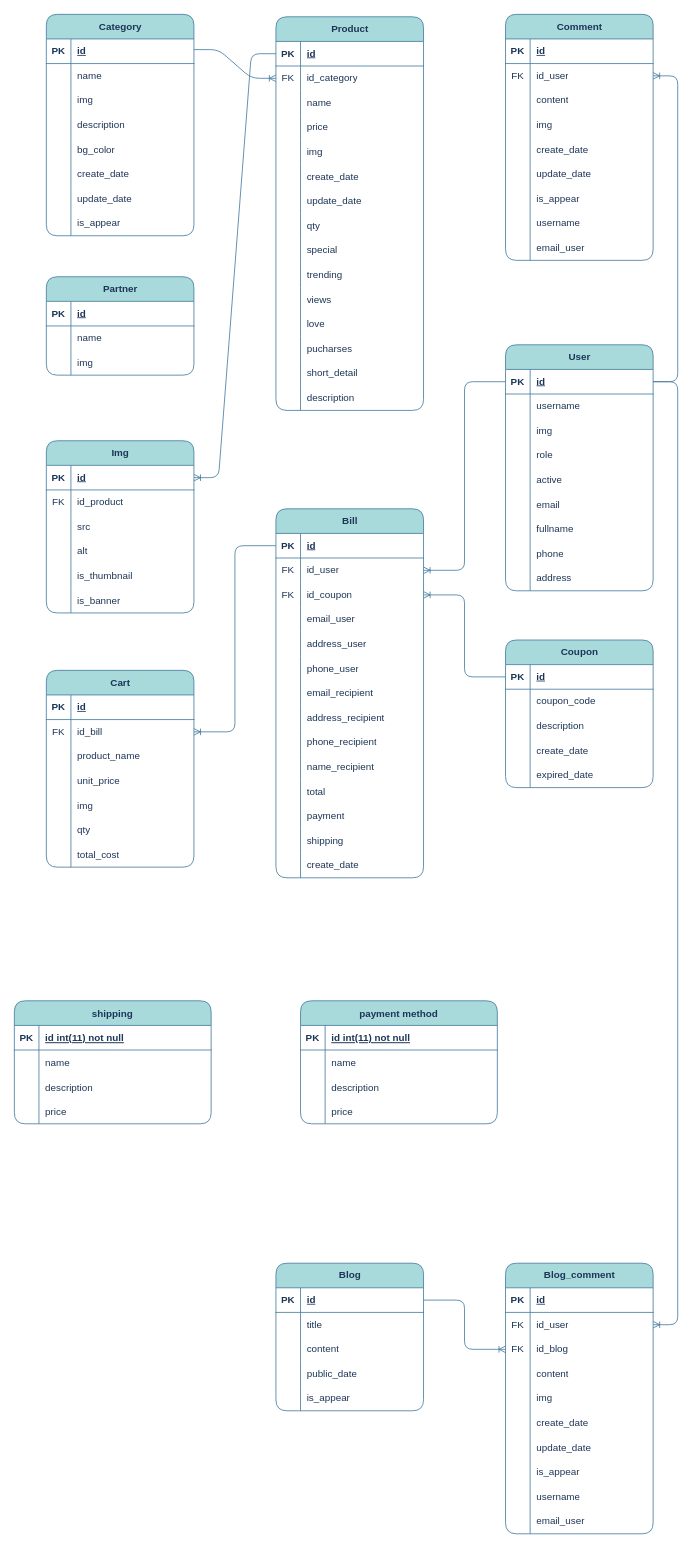
Earlier version of the draw.io diagram page "ERD_Level-2" (1 of 3) of .vscode/LEGOUS_DIAGRAM.drawio (thanh8724/Legous). Source tidied: cells renumbered, new cells numbered last; positions are measured from the earlier drawing's top-left corner, leaving out a move shared by most shapes. Both pictures are drawn from the tidied source at 82%, with x=0, y=0 at pixel (14, 14).
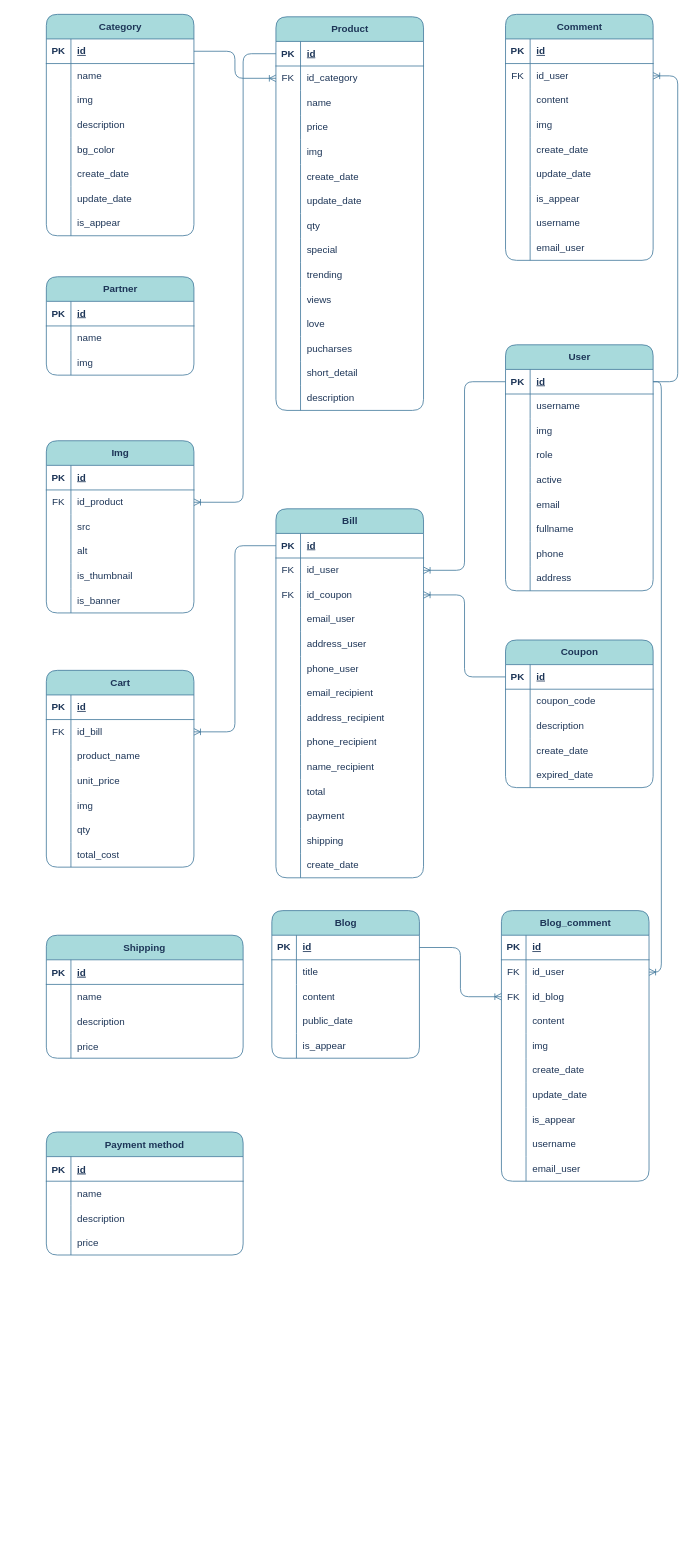
Above is the later version.

Unchanged cells that the change refers to:
```xml
<mxCell id="3" style="shape=tableRow;horizontal=0;startSize=0;swimlaneHead=0;swimlaneBody=0;fillColor=none;points=[[0,0.5],[1,0.5]];portConstraint=eastwest;top=0;left=0;right=0;bottom=1;labelBackgroundColor=none;strokeColor=#457B9D;fontColor=#1D3557;rounded=1;" parent="2" vertex="1">
  <mxGeometry y="30" width="180" height="30" as="geometry" />
</mxCell>
<mxCell id="6" style="shape=tableRow;horizontal=0;startSize=0;swimlaneHead=0;swimlaneBody=0;fillColor=none;points=[[0,0.5],[1,0.5]];portConstraint=eastwest;top=0;left=0;right=0;bottom=0;labelBackgroundColor=none;strokeColor=#457B9D;fontColor=#1D3557;rounded=1;" parent="2" vertex="1">
  <mxGeometry y="60" width="180" height="30" as="geometry" />
</mxCell>
<mxCell id="49" style="shape=tableRow;horizontal=0;startSize=0;swimlaneHead=0;swimlaneBody=0;fillColor=none;points=[[0,0.5],[1,0.5]];portConstraint=eastwest;top=0;left=0;right=0;bottom=1;labelBackgroundColor=none;strokeColor=#457B9D;fontColor=#1D3557;rounded=1;" parent="48" vertex="1">
  <mxGeometry y="30" width="180" height="30" as="geometry" />
</mxCell>
<mxCell id="84" style="shape=tableRow;horizontal=0;startSize=0;swimlaneHead=0;swimlaneBody=0;fillColor=none;points=[[0,0.5],[1,0.5]];portConstraint=eastwest;top=0;left=0;right=0;bottom=1;labelBackgroundColor=none;strokeColor=#457B9D;fontColor=#1D3557;rounded=1;" parent="83" vertex="1">
  <mxGeometry y="30" width="180" height="30" as="geometry" />
</mxCell>
<mxCell id="87" style="shape=tableRow;horizontal=0;startSize=0;swimlaneHead=0;swimlaneBody=0;fillColor=none;points=[[0,0.5],[1,0.5]];portConstraint=eastwest;top=0;left=0;right=0;bottom=0;rounded=1;strokeColor=#457B9D;fontColor=#1D3557;" parent="83" vertex="1">
  <mxGeometry y="60" width="180" height="30" as="geometry" />
</mxCell>
<mxCell id="168" style="shape=tableRow;horizontal=0;startSize=0;swimlaneHead=0;swimlaneBody=0;fillColor=none;points=[[0,0.5],[1,0.5]];portConstraint=eastwest;top=0;left=0;right=0;bottom=1;labelBackgroundColor=none;strokeColor=#457B9D;fontColor=#1D3557;rounded=1;" parent="167" vertex="1">
  <mxGeometry y="30" width="180" height="30" as="geometry" />
</mxCell>
<mxCell id="259" style="shape=tableRow;horizontal=0;startSize=0;swimlaneHead=0;swimlaneBody=0;fillColor=none;points=[[0,0.5],[1,0.5]];portConstraint=eastwest;top=0;left=0;right=0;bottom=0;labelBackgroundColor=none;strokeColor=#457B9D;fontColor=#1D3557;rounded=1;" parent="255" vertex="1">
  <mxGeometry y="60" width="180" height="30" as="geometry" />
</mxCell>
<mxCell id="292" style="shape=tableRow;horizontal=0;startSize=0;swimlaneHead=0;swimlaneBody=0;fillColor=none;top=0;left=0;right=0;bottom=1;labelBackgroundColor=none;strokeColor=#457B9D;fontColor=#1D3557;rounded=1;" parent="291" vertex="1">
  <mxGeometry y="30" width="240" height="30" as="geometry" />
</mxCell>
<mxCell id="306" style="shape=tableRow;horizontal=0;startSize=0;swimlaneHead=0;swimlaneBody=0;fillColor=none;top=0;left=0;right=0;bottom=1;labelBackgroundColor=none;strokeColor=#457B9D;fontColor=#1D3557;rounded=1;" parent="305" vertex="1">
  <mxGeometry y="30" width="240" height="30" as="geometry" />
</mxCell>
```

Change to the diagram source:
```diff
@@
     <mxCell id="239" value="Blog" style="shape=table;startSize=30;childLayout=tableLayout;rowLines=0;fontStyle=1;align=center;html=1;labelBackgroundColor=none;fillColor=#A8DADC;strokeColor=#457B9D;fontColor=#1D3557;rounded=1;" parent="1" vertex="1">
-      <mxGeometry x="319" y="1523" width="180" height="180" as="geometry" />
+      <mxGeometry x="314" y="1093" width="180" height="180" as="geometry" />
     </mxCell>
@@
     <mxCell id="255" value="Blog_comment" style="shape=table;startSize=30;childLayout=tableLayout;rowLines=0;fontStyle=1;align=center;html=1;labelBackgroundColor=none;fillColor=#A8DADC;strokeColor=#457B9D;fontColor=#1D3557;rounded=1;" parent="1" vertex="1">
-      <mxGeometry x="599" y="1523" width="180" height="330" as="geometry" />
+      <mxGeometry x="594" y="1093" width="180" height="330" as="geometry" />
     </mxCell>
@@
-    <mxCell id="286" style="edgeStyle=entityRelationEdgeStyle;fontSize=12;html=1;endArrow=ERoneToMany;rounded=1;entryX=0;entryY=0.5;entryDx=0;entryDy=0;labelBackgroundColor=none;strokeColor=#457B9D;fontColor=default;" parent="1" edge="1" target="6">
-      <mxGeometry relative="1" as="geometry">
-        <mxPoint x="219" y="43" as="sourcePoint" />
-      </mxGeometry>
+    <mxCell id="286" style="edgeStyle=orthogonalEdgeStyle;fontSize=12;html=1;endArrow=ERoneToMany;rounded=1;entryX=0;entryY=0.5;entryDx=0;entryDy=0;labelBackgroundColor=none;strokeColor=#457B9D;fontColor=default;exitX=1;exitY=0.5;exitDx=0;exitDy=0;" parent="1" edge="1" source="49" target="6">
+      <mxGeometry relative="1" as="geometry" />
     </mxCell>
@@
-    <mxCell id="291" value="shipping" style="shape=table;startSize=30;childLayout=tableLayout;rowLines=0;fontStyle=1;align=center;labelBackgroundColor=none;fillColor=#A8DADC;strokeColor=#457B9D;fontColor=#1D3557;rounded=1;" parent="1" vertex="1">
-      <mxGeometry y="1203" width="240" height="150" as="geometry" />
+    <mxCell id="291" value="Shipping" style="shape=table;startSize=30;childLayout=tableLayout;rowLines=0;fontStyle=1;align=center;labelBackgroundColor=none;fillColor=#A8DADC;strokeColor=#457B9D;fontColor=#1D3557;rounded=1;" parent="1" vertex="1">
+      <mxGeometry x="39" y="1123" width="240" height="150" as="geometry" />
     </mxCell>
@@
-    <mxCell id="294" value="id int(11) not null" style="shape=partialRectangle;fillColor=none;top=0;left=0;bottom=0;right=0;align=left;spacingLeft=6;fontStyle=5;overflow=hidden;labelBackgroundColor=none;strokeColor=#457B9D;fontColor=#1D3557;rounded=1;" parent="292" vertex="1">
+    <mxCell id="294" value="id" style="shape=partialRectangle;fillColor=none;top=0;left=0;bottom=0;right=0;align=left;spacingLeft=6;fontStyle=5;overflow=hidden;labelBackgroundColor=none;strokeColor=#457B9D;fontColor=#1D3557;rounded=1;" parent="292" vertex="1">
       <mxGeometry x="30" width="210" height="30" as="geometry" />
     </mxCell>
@@
-    <mxCell id="304" style="edgeStyle=entityRelationEdgeStyle;fontSize=12;html=1;endArrow=ERoneToMany;rounded=1;entryX=1;entryY=0.5;entryDx=0;entryDy=0;exitX=1;exitY=0.5;exitDx=0;exitDy=0;labelBackgroundColor=none;strokeColor=#457B9D;fontColor=default;" parent="1" edge="1" source="168" target="259">
-      <mxGeometry relative="1" as="geometry">
-        <Array as="points">
-          <mxPoint x="829" y="863" />
-        </Array>
-      </mxGeometry>
+    <mxCell id="304" style="edgeStyle=orthogonalEdgeStyle;fontSize=12;html=1;endArrow=ERoneToMany;rounded=1;entryX=1;entryY=0.5;entryDx=0;entryDy=0;exitX=1;exitY=0.5;exitDx=0;exitDy=0;labelBackgroundColor=none;strokeColor=#457B9D;fontColor=default;" parent="1" edge="1" source="168" target="259">
+      <mxGeometry relative="1" as="geometry" />
     </mxCell>
-    <mxCell id="305" value="payment method" style="shape=table;startSize=30;childLayout=tableLayout;rowLines=0;fontStyle=1;align=center;labelBackgroundColor=none;fillColor=#A8DADC;strokeColor=#457B9D;fontColor=#1D3557;rounded=1;" parent="1" vertex="1">
-      <mxGeometry x="349" y="1203" width="240" height="150" as="geometry" />
+    <mxCell id="305" value="Payment method" style="shape=table;startSize=30;childLayout=tableLayout;rowLines=0;fontStyle=1;align=center;labelBackgroundColor=none;fillColor=#A8DADC;strokeColor=#457B9D;fontColor=#1D3557;rounded=1;" parent="1" vertex="1">
+      <mxGeometry x="39" y="1363" width="240" height="150" as="geometry" />
     </mxCell>
@@
-    <mxCell id="308" value="id int(11) not null" style="shape=partialRectangle;fillColor=none;top=0;left=0;bottom=0;right=0;align=left;spacingLeft=6;fontStyle=5;overflow=hidden;labelBackgroundColor=none;strokeColor=#457B9D;fontColor=#1D3557;rounded=1;" parent="306" vertex="1">
+    <mxCell id="308" value="id" style="shape=partialRectangle;fillColor=none;top=0;left=0;bottom=0;right=0;align=left;spacingLeft=6;fontStyle=5;overflow=hidden;labelBackgroundColor=none;strokeColor=#457B9D;fontColor=#1D3557;rounded=1;" parent="306" vertex="1">
       <mxGeometry x="30" width="210" height="30" as="geometry" />
     </mxCell>
@@
-    <mxCell id="318" style="shape=tableRow;horizontal=0;startSize=0;swimlaneHead=0;swimlaneBody=0;fillColor=none;top=0;left=0;right=0;bottom=0;" parent="1" vertex="1">
-      <mxGeometry x="409" y="1303" width="240" height="30" as="geometry" />
-    </mxCell>
-    <mxCell id="319" style="shape=partialRectangle;fillColor=none;top=0;left=0;bottom=0;right=0;overflow=hidden;" parent="318" vertex="1">
-      <mxGeometry width="30" height="30" as="geometry" />
-    </mxCell>
-    <mxCell id="320" style="edgeStyle=entityRelationEdgeStyle;fontSize=12;html=1;endArrow=ERoneToMany;rounded=1;entryX=1;entryY=0.5;entryDx=0;entryDy=0;labelBackgroundColor=none;strokeColor=#457B9D;fontColor=default;exitX=0;exitY=0.5;exitDx=0;exitDy=0;" parent="1" edge="1" source="3" target="84">
+    <mxCell id="320" style="edgeStyle=orthogonalEdgeStyle;fontSize=12;html=1;endArrow=ERoneToMany;rounded=1;entryX=1;entryY=0.5;entryDx=0;entryDy=0;labelBackgroundColor=none;strokeColor=#457B9D;fontColor=default;exitX=0;exitY=0.5;exitDx=0;exitDy=0;" parent="1" edge="1" source="3" target="87">
       <mxGeometry relative="1" as="geometry">
         <Array as="points">
-          <mxPoint x="289" y="53" />
+          <mxPoint x="279" y="48" />
+          <mxPoint x="279" y="595" />
         </Array>
       </mxGeometry>
     </mxCell>
-    <mxCell id="321" style="shape=tableRow;horizontal=0;startSize=0;swimlaneHead=0;swimlaneBody=0;fillColor=none;top=0;left=0;right=0;bottom=0;" parent="1" vertex="1">
-      <mxGeometry x="409" y="1303" width="240" height="30" as="geometry" />
-    </mxCell>
-    <mxCell id="322" style="shape=partialRectangle;fillColor=none;top=0;left=0;bottom=0;right=0;overflow=hidden;" parent="321" vertex="1">
-      <mxGeometry width="30" height="30" as="geometry" />
-    </mxCell>
```
